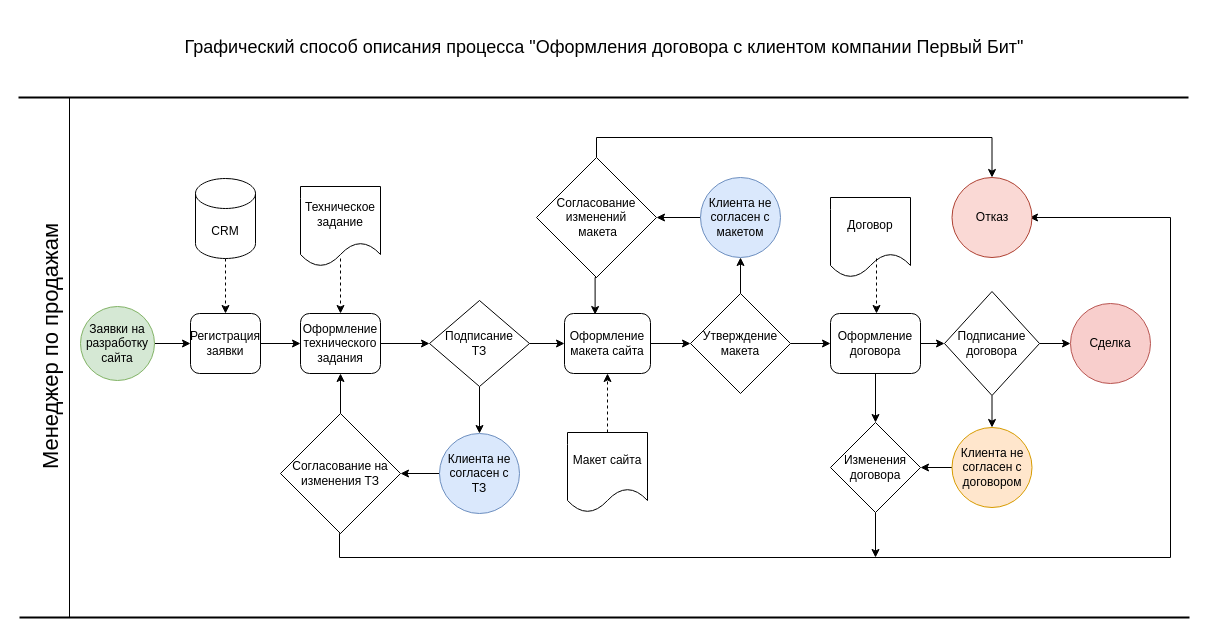
Earlier version of the draw.io diagram 04.Tasks/Task04.drawio (allseenn/bp). Source tidied: cells renumbered, new cells numbered last; positions are measured from the earlier drawing's top-left corner, leaving out a move shared by most shapes. Both pictures are drawn from the tidied source at 100%, with x=0, y=0 at pixel (-89, 17).
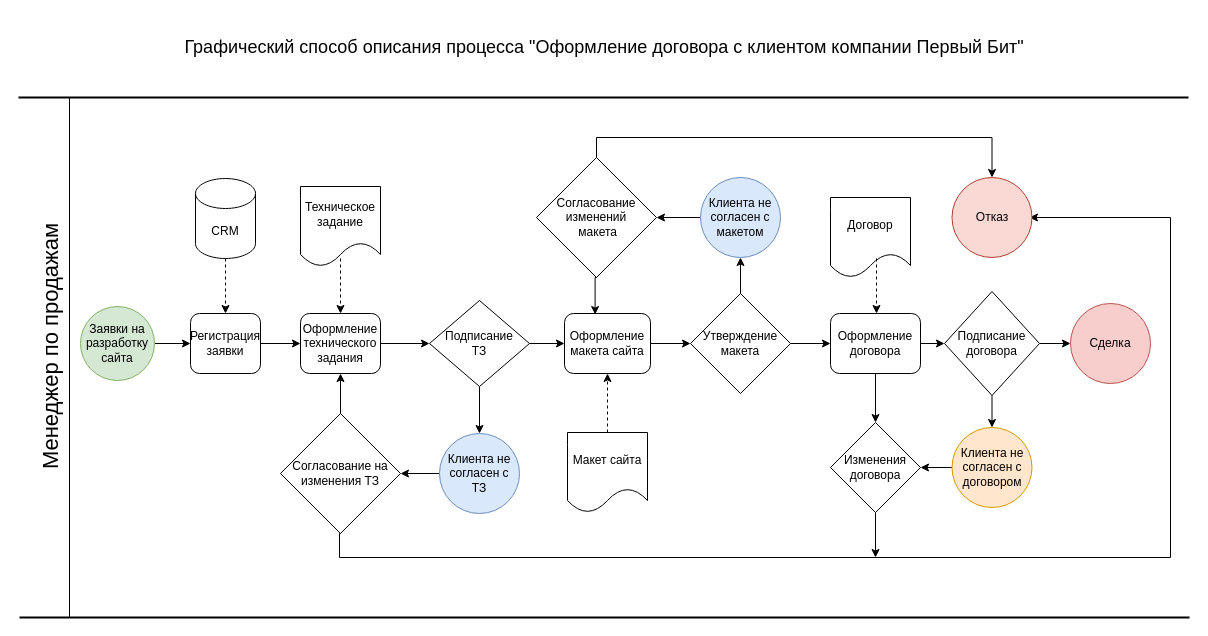
After the change.

Change to the diagram source:
```diff
@@
-    <mxCell id="2" value="&lt;font style=&quot;font-size: 18px;&quot;&gt;Графический способ описания процесса &quot;Оформления договора с клиентом компании Первый Бит&quot;&lt;/font&gt;" style="text;html=1;strokeColor=none;fillColor=none;align=center;verticalAlign=middle;whiteSpace=wrap;rounded=0;" parent="1" vertex="1">
+    <mxCell id="2" value="&lt;font style=&quot;font-size: 18px;&quot;&gt;Графический способ описания процесса &quot;Оформление договора с клиентом компании Первый Бит&quot;&lt;/font&gt;" style="text;html=1;strokeColor=none;fillColor=none;align=center;verticalAlign=middle;whiteSpace=wrap;rounded=0;" parent="1" vertex="1">
       <mxGeometry x="263" width="860" height="60" as="geometry" />
     </mxCell>
```
